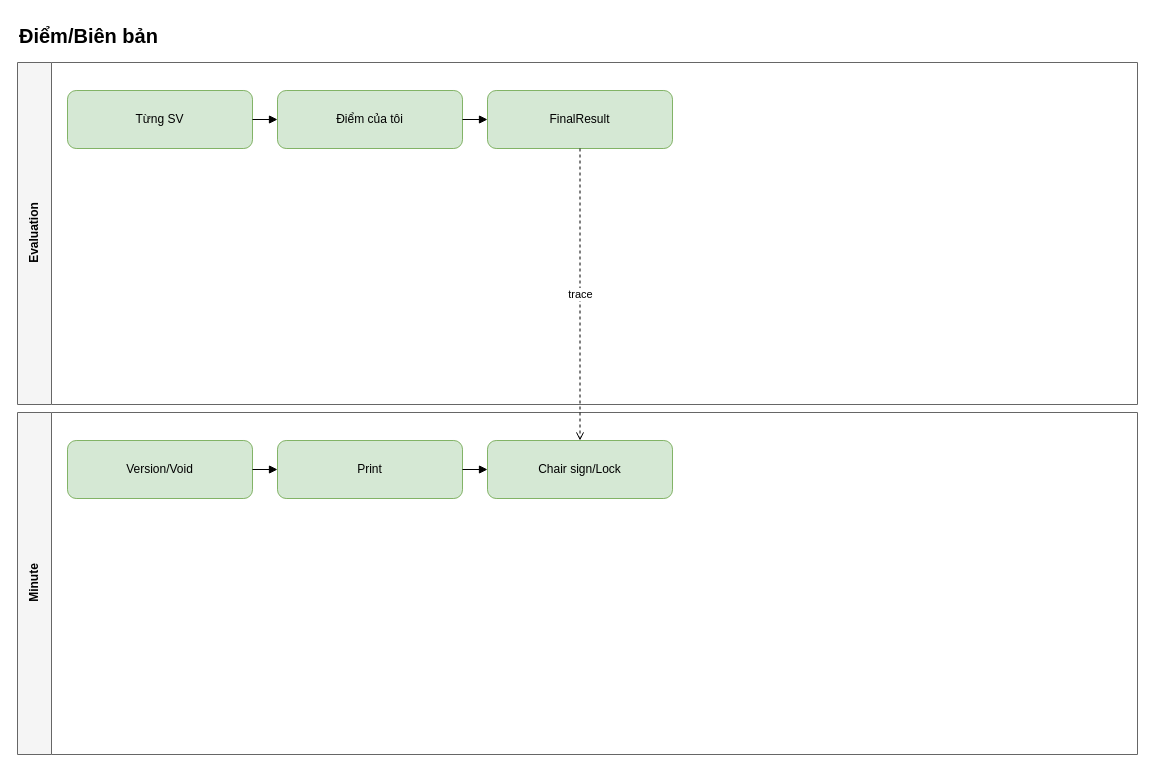
Earlier version of the draw.io diagram page "Điểm/Biên bản" (4 of 5) of docs/design/wireframes.drawio (MingJien/kltn-management-ai). Source tidied: cells renumbered, new cells numbered last; positions are measured from the earlier drawing's top-left corner, leaving out a move shared by most shapes. Both pictures are drawn from the tidied source at 100%, with x=0, y=0 at pixel (17, 17).
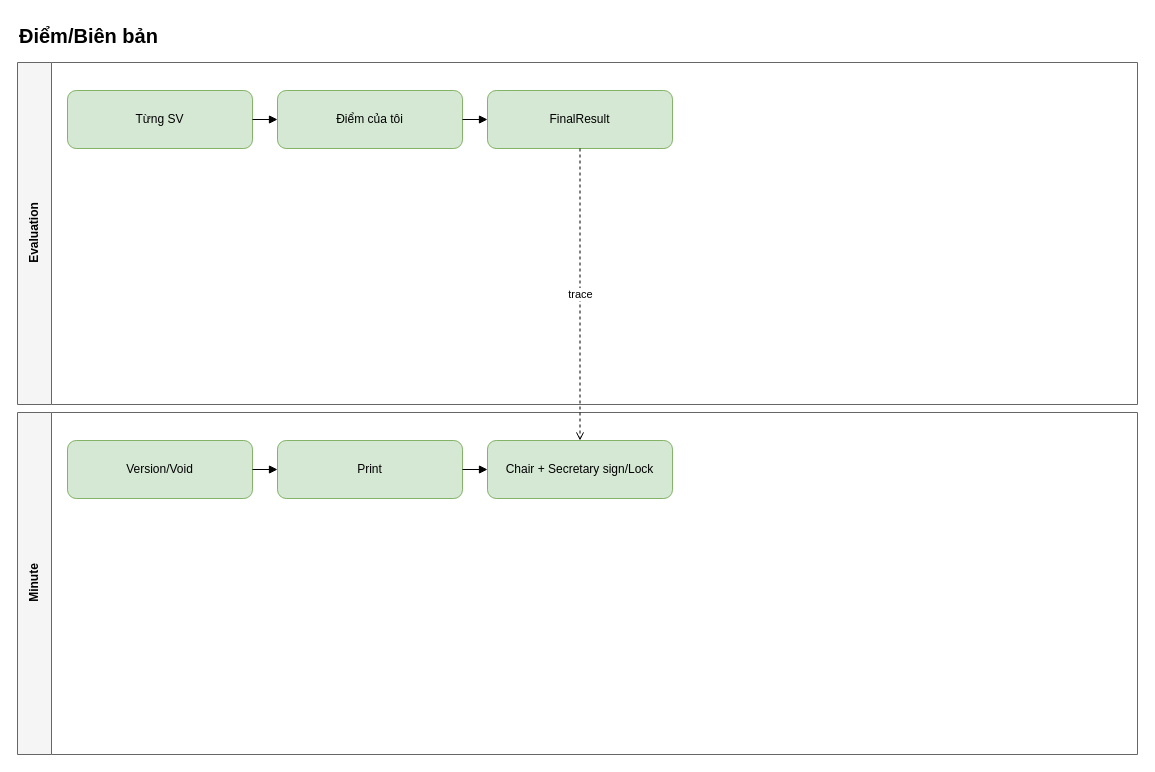
After the change.

The edit, as a diff of the source:
```diff
@@
 <mxGraphModel>
   <root>
     <mxCell id="0" />
     <mxCell id="1" parent="0" />
     <mxCell id="2" value="Điểm/Biên bản" style="text;html=1;strokeColor=none;fillColor=none;fontSize=20;fontStyle=1;" parent="1" vertex="1">
       <mxGeometry width="1100" height="35" as="geometry" />
     </mxCell>
     <mxCell id="3" value="Evaluation" style="swimlane;html=1;horizontal=0;startSize=34;fillColor=#f5f5f5;strokeColor=#666666;fontStyle=1;" parent="1" vertex="1">
       <mxGeometry y="45" width="1120" height="342" as="geometry" />
     </mxCell>
     <mxCell id="4" value="Từng SV" style="rounded=1;whiteSpace=wrap;html=1;fillColor=#d5e8d4;strokeColor=#82b366;" parent="1" vertex="1">
       <mxGeometry x="50" y="73" width="185" height="58" as="geometry" />
     </mxCell>
     <mxCell id="5" value="Điểm của tôi" style="rounded=1;whiteSpace=wrap;html=1;fillColor=#d5e8d4;strokeColor=#82b366;" parent="1" vertex="1">
       <mxGeometry x="260" y="73" width="185" height="58" as="geometry" />
     </mxCell>
     <mxCell id="6" style="edgeStyle=orthogonalEdgeStyle;rounded=0;html=1;endArrow=block;" parent="1" edge="1" source="4" target="5">
       <mxGeometry relative="1" as="geometry" />
     </mxCell>
     <mxCell id="7" value="FinalResult" style="rounded=1;whiteSpace=wrap;html=1;fillColor=#d5e8d4;strokeColor=#82b366;" parent="1" vertex="1">
       <mxGeometry x="470" y="73" width="185" height="58" as="geometry" />
     </mxCell>
     <mxCell id="8" style="edgeStyle=orthogonalEdgeStyle;rounded=0;html=1;endArrow=block;" parent="1" edge="1" source="5" target="7">
       <mxGeometry relative="1" as="geometry" />
     </mxCell>
     <mxCell id="9" value="Minute" style="swimlane;html=1;horizontal=0;startSize=34;fillColor=#f5f5f5;strokeColor=#666666;fontStyle=1;" parent="1" vertex="1">
       <mxGeometry y="395" width="1120" height="342" as="geometry" />
     </mxCell>
     <mxCell id="10" value="Version/Void" style="rounded=1;whiteSpace=wrap;html=1;fillColor=#d5e8d4;strokeColor=#82b366;" parent="1" vertex="1">
       <mxGeometry x="50" y="423" width="185" height="58" as="geometry" />
     </mxCell>
     <mxCell id="11" value="Print" style="rounded=1;whiteSpace=wrap;html=1;fillColor=#d5e8d4;strokeColor=#82b366;" parent="1" vertex="1">
       <mxGeometry x="260" y="423" width="185" height="58" as="geometry" />
     </mxCell>
     <mxCell id="12" style="edgeStyle=orthogonalEdgeStyle;rounded=0;html=1;endArrow=block;" parent="1" edge="1" source="10" target="11">
       <mxGeometry relative="1" as="geometry" />
     </mxCell>
-    <mxCell id="13" value="Chair sign/Lock" style="rounded=1;whiteSpace=wrap;html=1;fillColor=#d5e8d4;strokeColor=#82b366;" parent="1" vertex="1">
+    <mxCell id="13" value="Chair + Secretary sign/Lock" style="rounded=1;whiteSpace=wrap;html=1;fillColor=#d5e8d4;strokeColor=#82b366;" parent="1" vertex="1">
       <mxGeometry x="470" y="423" width="185" height="58" as="geometry" />
     </mxCell>
     <mxCell id="14" style="edgeStyle=orthogonalEdgeStyle;rounded=0;html=1;endArrow=block;" parent="1" edge="1" source="11" target="13">
       <mxGeometry relative="1" as="geometry" />
     </mxCell>
     <mxCell id="15" value="trace" style="edgeStyle=orthogonalEdgeStyle;dashed=1;html=1;endArrow=open;" parent="1" edge="1" source="7" target="13">
       <mxGeometry relative="1" as="geometry" />
     </mxCell>
   </root>
 </mxGraphModel>
```
